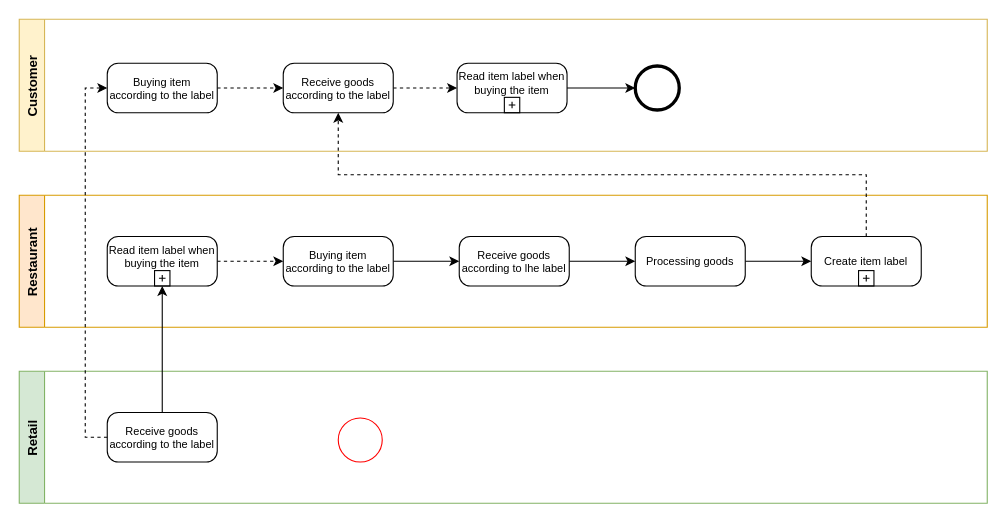
The draw.io diagram page "BPMN" (4 of 4) of Unique/Paper Safe Wallet.drawio in hanggaa/Diagram, before the edit. Source tidied: cells renumbered, new cells numbered last; positions are measured from the earlier drawing's top-left corner, leaving out a move shared by most shapes. Both pictures are drawn from the tidied source at 110%, with x=0, y=0 at pixel (19, 19).
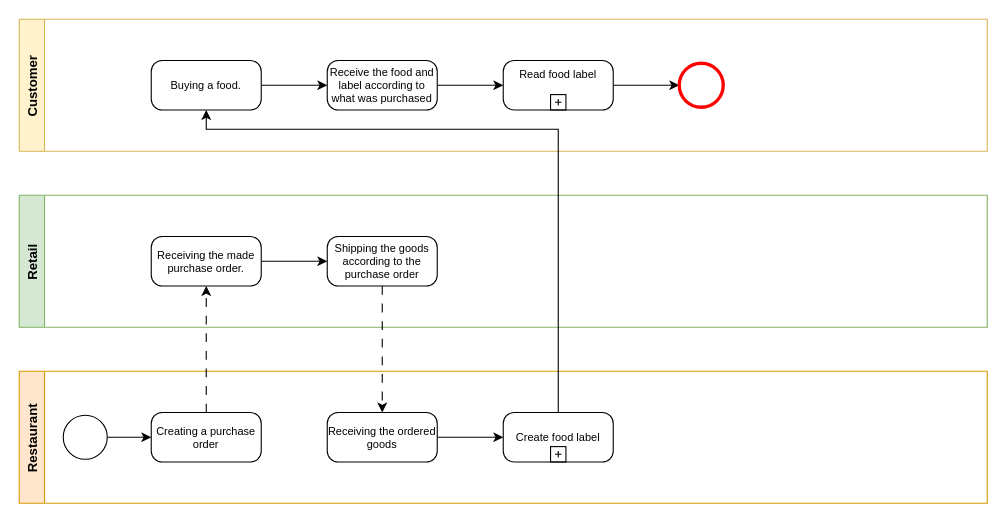
The same diagram, later.

Unchanged cells that the change refers to:
```xml
<mxCell id="15" value="Customer" style="swimlane;horizontal=0;startSize=23;fillColor=#fff2cc;strokeColor=#d6b656;" parent="1" vertex="1">
  <mxGeometry width="880" height="120" as="geometry" />
</mxCell>
```

Change to the diagram source:
```diff
@@
     <mxCell id="2" value="Retail" style="swimlane;horizontal=0;fillColor=#d5e8d4;strokeColor=#82b366;" parent="1" vertex="1">
-      <mxGeometry y="320" width="880" height="120" as="geometry" />
+      <mxGeometry y="160" width="880" height="120" as="geometry" />
     </mxCell>
-    <mxCell id="3" value="Receive goods according to the label" style="points=[[0.25,0,0],[0.5,0,0],[0.75,0,0],[1,0.25,0],[1,0.5,0],[1,0.75,0],[0.75,1,0],[0.5,1,0],[0.25,1,0],[0,0.75,0],[0,0.5,0],[0,0.25,0]];shape=mxgraph.bpmn.task;whiteSpace=wrap;rectStyle=rounded;size=10;taskMarker=abstract;fontSize=10;" parent="2" vertex="1">
-      <mxGeometry x="80" y="37.5" width="100" height="45" as="geometry" />
-    </mxCell>
+    <mxCell id="26" style="edgeStyle=orthogonalEdgeStyle;rounded=0;jettySize=auto;html=1;exitX=1;exitY=0.5;exitDx=0;exitDy=0;exitPerimeter=0;entryX=0;entryY=0.5;entryDx=0;entryDy=0;entryPerimeter=0;" parent="2" edge="1" source="27" target="28">
+      <mxGeometry relative="1" as="geometry" />
+    </mxCell>
+    <mxCell id="27" value="Receiving the made purchase order." style="points=[[0.25,0,0],[0.5,0,0],[0.75,0,0],[1,0.25,0],[1,0.5,0],[1,0.75,0],[0.75,1,0],[0.5,1,0],[0.25,1,0],[0,0.75,0],[0,0.5,0],[0,0.25,0]];shape=mxgraph.bpmn.task;whiteSpace=wrap;rectStyle=rounded;size=10;taskMarker=abstract;fontSize=10;" parent="2" vertex="1">
+      <mxGeometry x="120" y="37.5" width="100" height="45" as="geometry" />
+    </mxCell>
+    <mxCell id="28" value="Shipping the goods according to the purchase order" style="points=[[0.25,0,0],[0.5,0,0],[0.75,0,0],[1,0.25,0],[1,0.5,0],[1,0.75,0],[0.75,1,0],[0.5,1,0],[0.25,1,0],[0,0.75,0],[0,0.5,0],[0,0.25,0]];shape=mxgraph.bpmn.task;whiteSpace=wrap;rectStyle=rounded;size=10;taskMarker=abstract;fontSize=10;" parent="2" vertex="1">
+      <mxGeometry x="280" y="37.5" width="100" height="45" as="geometry" />
+    </mxCell>
+    <mxCell id="5" value="Restaurant" style="swimlane;horizontal=0;startSize=23;fillColor=#ffe6cc;strokeColor=#d79b00;" parent="1" vertex="1">
+      <mxGeometry y="320" width="880" height="120" as="geometry" />
+    </mxCell>
+    <mxCell id="29" value="Creating a purchase order" style="points=[[0.25,0,0],[0.5,0,0],[0.75,0,0],[1,0.25,0],[1,0.5,0],[1,0.75,0],[0.75,1,0],[0.5,1,0],[0.25,1,0],[0,0.75,0],[0,0.5,0],[0,0.25,0]];shape=mxgraph.bpmn.task;whiteSpace=wrap;rectStyle=rounded;size=10;taskMarker=abstract;fontSize=10;" parent="5" vertex="1">
+      <mxGeometry x="120" y="37.5" width="100" height="45" as="geometry" />
+    </mxCell>
+    <mxCell id="30" style="edgeStyle=orthogonalEdgeStyle;rounded=0;jettySize=auto;html=1;entryX=0;entryY=0.5;entryDx=0;entryDy=0;entryPerimeter=0;" parent="5" edge="1" source="4" target="29">
+      <mxGeometry relative="1" as="geometry" />
+    </mxCell>
-    <mxCell id="4" style="ellipse;whiteSpace=wrap;html=1;strokeColor=#FF0000;" parent="2" vertex="1">
-      <mxGeometry x="290" y="42.5" width="40" height="40" as="geometry" />
+    <mxCell id="4" style="ellipse;whiteSpace=wrap;html=1;strokeColor=#000000;strokeWidth=1;" parent="5" vertex="1">
+      <mxGeometry x="40" y="40" width="40" height="40" as="geometry" />
     </mxCell>
-    <mxCell id="5" value="Restaurant" style="swimlane;horizontal=0;startSize=23;fillColor=#ffe6cc;strokeColor=#d79b00;" parent="1" vertex="1">
-      <mxGeometry y="160" width="880" height="120" as="geometry" />
-    </mxCell>
-    <mxCell id="6" style="edgeStyle=orthogonalEdgeStyle;rounded=0;jettySize=auto;html=1;exitX=1;exitY=0.5;exitDx=0;exitDy=0;exitPerimeter=0;entryX=0;entryY=0.5;entryDx=0;entryDy=0;entryPerimeter=0;" parent="5" edge="1" source="7" target="9">
-      <mxGeometry relative="1" as="geometry" />
-    </mxCell>
-    <mxCell id="7" value="Buying item according to the label" style="points=[[0.25,0,0],[0.5,0,0],[0.75,0,0],[1,0.25,0],[1,0.5,0],[1,0.75,0],[0.75,1,0],[0.5,1,0],[0.25,1,0],[0,0.75,0],[0,0.5,0],[0,0.25,0]];shape=mxgraph.bpmn.task;whiteSpace=wrap;rectStyle=rounded;size=10;taskMarker=abstract;fontSize=10;" parent="5" vertex="1">
-      <mxGeometry x="240" y="37.5" width="100" height="45" as="geometry" />
-    </mxCell>
-    <mxCell id="8" style="edgeStyle=orthogonalEdgeStyle;rounded=0;jettySize=auto;html=1;exitX=1;exitY=0.5;exitDx=0;exitDy=0;exitPerimeter=0;entryX=0;entryY=0.5;entryDx=0;entryDy=0;entryPerimeter=0;" parent="5" edge="1" source="9" target="11">
-      <mxGeometry relative="1" as="geometry" />
-    </mxCell>
-    <mxCell id="9" value="Receive goods according to lhe label" style="points=[[0.25,0,0],[0.5,0,0],[0.75,0,0],[1,0.25,0],[1,0.5,0],[1,0.75,0],[0.75,1,0],[0.5,1,0],[0.25,1,0],[0,0.75,0],[0,0.5,0],[0,0.25,0]];shape=mxgraph.bpmn.task;whiteSpace=wrap;rectStyle=rounded;size=10;taskMarker=abstract;fontSize=10;" parent="5" vertex="1">
-      <mxGeometry x="400" y="37.5" width="100" height="45" as="geometry" />
-    </mxCell>
-    <mxCell id="10" style="edgeStyle=orthogonalEdgeStyle;rounded=0;jettySize=auto;html=1;exitX=1;exitY=0.5;exitDx=0;exitDy=0;exitPerimeter=0;entryX=0;entryY=0.5;entryDx=0;entryDy=0;entryPerimeter=0;" parent="5" edge="1" source="11" target="12">
-      <mxGeometry relative="1" as="geometry" />
-    </mxCell>
-    <mxCell id="11" value="Processing goods" style="points=[[0.25,0,0],[0.5,0,0],[0.75,0,0],[1,0.25,0],[1,0.5,0],[1,0.75,0],[0.75,1,0],[0.5,1,0],[0.25,1,0],[0,0.75,0],[0,0.5,0],[0,0.25,0]];shape=mxgraph.bpmn.task;whiteSpace=wrap;rectStyle=rounded;size=10;taskMarker=abstract;fontSize=10;" parent="5" vertex="1">
-      <mxGeometry x="560" y="37.5" width="100" height="45" as="geometry" />
-    </mxCell>
-    <mxCell id="12" value="Create item label" style="points=[[0.25,0,0],[0.5,0,0],[0.75,0,0],[1,0.25,0],[1,0.5,0],[1,0.75,0],[0.75,1,0],[0.5,1,0],[0.25,1,0],[0,0.75,0],[0,0.5,0],[0,0.25,0]];shape=mxgraph.bpmn.task;whiteSpace=wrap;rectStyle=rounded;size=10;taskMarker=abstract;isLoopSub=1;fontSize=10;" parent="5" vertex="1">
-      <mxGeometry x="720" y="37.5" width="100" height="45" as="geometry" />
-    </mxCell>
-    <mxCell id="13" style="edgeStyle=orthogonalEdgeStyle;rounded=0;jettySize=auto;html=1;exitX=1;exitY=0.5;exitDx=0;exitDy=0;exitPerimeter=0;entryX=0;entryY=0.5;entryDx=0;entryDy=0;entryPerimeter=0;dashed=1;" parent="5" edge="1" source="14" target="7">
-      <mxGeometry relative="1" as="geometry" />
-    </mxCell>
-    <mxCell id="14" value="Read item label when buying the item" style="points=[[0.25,0,0],[0.5,0,0],[0.75,0,0],[1,0.25,0],[1,0.5,0],[1,0.75,0],[0.75,1,0],[0.5,1,0],[0.25,1,0],[0,0.75,0],[0,0.5,0],[0,0.25,0]];shape=mxgraph.bpmn.task;whiteSpace=wrap;rectStyle=rounded;size=10;taskMarker=abstract;isLoopSub=1;fontSize=10;verticalAlign=top;" parent="5" vertex="1">
-      <mxGeometry x="80" y="37.5" width="100" height="45" as="geometry" />
-    </mxCell>
+    <mxCell id="31" style="edgeStyle=orthogonalEdgeStyle;rounded=0;jettySize=auto;html=1;entryX=0;entryY=0.5;entryDx=0;entryDy=0;entryPerimeter=0;" parent="5" edge="1" source="32" target="33">
+      <mxGeometry relative="1" as="geometry" />
+    </mxCell>
+    <mxCell id="32" value="Receiving the ordered goods" style="points=[[0.25,0,0],[0.5,0,0],[0.75,0,0],[1,0.25,0],[1,0.5,0],[1,0.75,0],[0.75,1,0],[0.5,1,0],[0.25,1,0],[0,0.75,0],[0,0.5,0],[0,0.25,0]];shape=mxgraph.bpmn.task;whiteSpace=wrap;rectStyle=rounded;size=10;taskMarker=abstract;fontSize=10;" parent="5" vertex="1">
+      <mxGeometry x="280" y="37.5" width="100" height="45" as="geometry" />
+    </mxCell>
+    <mxCell id="33" value="Create food label" style="points=[[0.25,0,0],[0.5,0,0],[0.75,0,0],[1,0.25,0],[1,0.5,0],[1,0.75,0],[0.75,1,0],[0.5,1,0],[0.25,1,0],[0,0.75,0],[0,0.5,0],[0,0.25,0]];shape=mxgraph.bpmn.task;whiteSpace=wrap;rectStyle=rounded;size=10;taskMarker=abstract;isLoopSub=1;fontSize=10;" parent="5" vertex="1">
+      <mxGeometry x="440" y="37.5" width="100" height="45" as="geometry" />
+    </mxCell>
@@
-    <mxCell id="16" style="edgeStyle=orthogonalEdgeStyle;rounded=0;jettySize=auto;html=1;exitX=1;exitY=0.5;exitDx=0;exitDy=0;exitPerimeter=0;" parent="15" edge="1" source="17" target="18">
-      <mxGeometry relative="1" as="geometry" />
-    </mxCell>
-    <mxCell id="17" value="Read item label when buying the item" style="points=[[0.25,0,0],[0.5,0,0],[0.75,0,0],[1,0.25,0],[1,0.5,0],[1,0.75,0],[0.75,1,0],[0.5,1,0],[0.25,1,0],[0,0.75,0],[0,0.5,0],[0,0.25,0]];shape=mxgraph.bpmn.task;whiteSpace=wrap;rectStyle=rounded;size=10;taskMarker=abstract;isLoopSub=1;fontSize=10;verticalAlign=top;" parent="15" vertex="1">
-      <mxGeometry x="398" y="40" width="100" height="45" as="geometry" />
-    </mxCell>
-    <mxCell id="18" style="points=[[0.145,0.145,0],[0.5,0,0],[0.855,0.145,0],[1,0.5,0],[0.855,0.855,0],[0.5,1,0],[0.145,0.855,0],[0,0.5,0]];shape=mxgraph.bpmn.event;html=1;verticalLabelPosition=bottom;labelBackgroundColor=#ffffff;verticalAlign=top;align=center;perimeter=ellipsePerimeter;outlineConnect=0;outline=end;symbol=terminate2;" parent="15" vertex="1">
-      <mxGeometry x="560" y="42.5" width="40" height="40" as="geometry" />
-    </mxCell>
-    <mxCell id="19" style="edgeStyle=orthogonalEdgeStyle;rounded=0;jettySize=auto;html=1;exitX=1;exitY=0.5;exitDx=0;exitDy=0;exitPerimeter=0;dashed=1;" parent="15" edge="1" source="20" target="17">
-      <mxGeometry relative="1" as="geometry" />
-    </mxCell>
-    <mxCell id="20" value="Receive goods according to the label" style="points=[[0.25,0,0],[0.5,0,0],[0.75,0,0],[1,0.25,0],[1,0.5,0],[1,0.75,0],[0.75,1,0],[0.5,1,0],[0.25,1,0],[0,0.75,0],[0,0.5,0],[0,0.25,0]];shape=mxgraph.bpmn.task;whiteSpace=wrap;rectStyle=rounded;size=10;taskMarker=abstract;fontSize=10;" parent="15" vertex="1">
-      <mxGeometry x="240" y="40" width="100" height="45" as="geometry" />
-    </mxCell>
-    <mxCell id="21" style="edgeStyle=orthogonalEdgeStyle;rounded=0;jettySize=auto;html=1;exitX=1;exitY=0.5;exitDx=0;exitDy=0;exitPerimeter=0;dashed=1;" parent="15" edge="1" source="22" target="20">
-      <mxGeometry relative="1" as="geometry" />
-    </mxCell>
-    <mxCell id="22" value="Buying item according to the label" style="points=[[0.25,0,0],[0.5,0,0],[0.75,0,0],[1,0.25,0],[1,0.5,0],[1,0.75,0],[0.75,1,0],[0.5,1,0],[0.25,1,0],[0,0.75,0],[0,0.5,0],[0,0.25,0]];shape=mxgraph.bpmn.task;whiteSpace=wrap;rectStyle=rounded;size=10;taskMarker=abstract;fontSize=10;" parent="15" vertex="1">
-      <mxGeometry x="80" y="40" width="100" height="45" as="geometry" />
-    </mxCell>
-    <mxCell id="23" style="edgeStyle=orthogonalEdgeStyle;rounded=0;jettySize=auto;html=1;exitX=0.5;exitY=0;exitDx=0;exitDy=0;exitPerimeter=0;entryX=0.5;entryY=1;entryDx=0;entryDy=0;entryPerimeter=0;dashed=1;" parent="1" edge="1" source="12" target="20">
-      <mxGeometry relative="1" as="geometry" />
-    </mxCell>
-    <mxCell id="24" style="edgeStyle=orthogonalEdgeStyle;rounded=0;jettySize=auto;html=1;exitX=0.5;exitY=0;exitDx=0;exitDy=0;exitPerimeter=0;entryX=0.5;entryY=1;entryDx=0;entryDy=0;entryPerimeter=0;" parent="1" edge="1" source="3" target="14">
-      <mxGeometry relative="1" as="geometry" />
-    </mxCell>
-    <mxCell id="25" style="edgeStyle=orthogonalEdgeStyle;rounded=0;jettySize=auto;html=1;exitX=0;exitY=0.5;exitDx=0;exitDy=0;exitPerimeter=0;entryX=0;entryY=0.5;entryDx=0;entryDy=0;entryPerimeter=0;dashed=1;" parent="1" edge="1" source="3" target="22">
-      <mxGeometry relative="1" as="geometry" />
-    </mxCell>
+    <mxCell id="34" style="edgeStyle=orthogonalEdgeStyle;rounded=0;jettySize=auto;html=1;entryX=0;entryY=0.5;entryDx=0;entryDy=0;entryPerimeter=0;" parent="15" edge="1" source="35" target="37">
+      <mxGeometry relative="1" as="geometry" />
+    </mxCell>
+    <mxCell id="35" value="Buying a food." style="points=[[0.25,0,0],[0.5,0,0],[0.75,0,0],[1,0.25,0],[1,0.5,0],[1,0.75,0],[0.75,1,0],[0.5,1,0],[0.25,1,0],[0,0.75,0],[0,0.5,0],[0,0.25,0]];shape=mxgraph.bpmn.task;whiteSpace=wrap;rectStyle=rounded;size=10;taskMarker=abstract;fontSize=10;" parent="15" vertex="1">
+      <mxGeometry x="120" y="37.5" width="100" height="45" as="geometry" />
+    </mxCell>
+    <mxCell id="36" style="edgeStyle=orthogonalEdgeStyle;rounded=0;jettySize=auto;html=1;entryX=0;entryY=0.5;entryDx=0;entryDy=0;entryPerimeter=0;" parent="15" edge="1" source="37">
+      <mxGeometry relative="1" as="geometry">
+        <mxPoint x="440" y="60" as="targetPoint" />
+      </mxGeometry>
+    </mxCell>
+    <mxCell id="37" value="Receive the food and label according to what was purchased" style="points=[[0.25,0,0],[0.5,0,0],[0.75,0,0],[1,0.25,0],[1,0.5,0],[1,0.75,0],[0.75,1,0],[0.5,1,0],[0.25,1,0],[0,0.75,0],[0,0.5,0],[0,0.25,0]];shape=mxgraph.bpmn.task;whiteSpace=wrap;rectStyle=rounded;size=10;taskMarker=abstract;fontSize=10;" parent="15" vertex="1">
+      <mxGeometry x="280" y="37.5" width="100" height="45" as="geometry" />
+    </mxCell>
+    <mxCell id="38" style="edgeStyle=orthogonalEdgeStyle;rounded=0;jettySize=auto;html=1;entryX=0;entryY=0.5;entryDx=0;entryDy=0;entryPerimeter=0;" parent="15" edge="1" source="39" target="40">
+      <mxGeometry relative="1" as="geometry" />
+    </mxCell>
+    <mxCell id="39" value="Read food label" style="points=[[0.25,0,0],[0.5,0,0],[0.75,0,0],[1,0.25,0],[1,0.5,0],[1,0.75,0],[0.75,1,0],[0.5,1,0],[0.25,1,0],[0,0.75,0],[0,0.5,0],[0,0.25,0]];shape=mxgraph.bpmn.task;whiteSpace=wrap;rectStyle=rounded;size=10;taskMarker=abstract;isLoopSub=1;fontSize=10;verticalAlign=top;" parent="15" vertex="1">
+      <mxGeometry x="440" y="37.5" width="100" height="45" as="geometry" />
+    </mxCell>
+    <mxCell id="40" style="points=[[0.145,0.145,0],[0.5,0,0],[0.855,0.145,0],[1,0.5,0],[0.855,0.855,0],[0.5,1,0],[0.145,0.855,0],[0,0.5,0]];shape=mxgraph.bpmn.event;html=1;verticalLabelPosition=bottom;labelBackgroundColor=#ffffff;verticalAlign=top;align=center;perimeter=ellipsePerimeter;outlineConnect=0;outline=end;symbol=terminate2;strokeColor=#FF0000;strokeWidth=1;" parent="15" vertex="1">
+      <mxGeometry x="600" y="40" width="40" height="40" as="geometry" />
+    </mxCell>
+    <mxCell id="41" style="edgeStyle=orthogonalEdgeStyle;rounded=0;jettySize=auto;html=1;entryX=0.5;entryY=1;entryDx=0;entryDy=0;entryPerimeter=0;dashed=1;dashPattern=8 8;" parent="1" edge="1" source="29" target="27">
+      <mxGeometry relative="1" as="geometry" />
+    </mxCell>
+    <mxCell id="42" style="edgeStyle=orthogonalEdgeStyle;rounded=0;jettySize=auto;html=1;entryX=0.5;entryY=0;entryDx=0;entryDy=0;entryPerimeter=0;dashed=1;dashPattern=8 8;" parent="1" edge="1" source="28" target="32">
+      <mxGeometry relative="1" as="geometry" />
+    </mxCell>
+    <mxCell id="43" style="edgeStyle=orthogonalEdgeStyle;rounded=0;jettySize=auto;html=1;entryX=0.5;entryY=1;entryDx=0;entryDy=0;entryPerimeter=0;" parent="1" edge="1" source="33" target="35">
+      <mxGeometry relative="1" as="geometry">
+        <Array as="points">
+          <mxPoint x="490" y="100" />
+          <mxPoint x="170" y="100" />
+        </Array>
+      </mxGeometry>
+    </mxCell>
```
